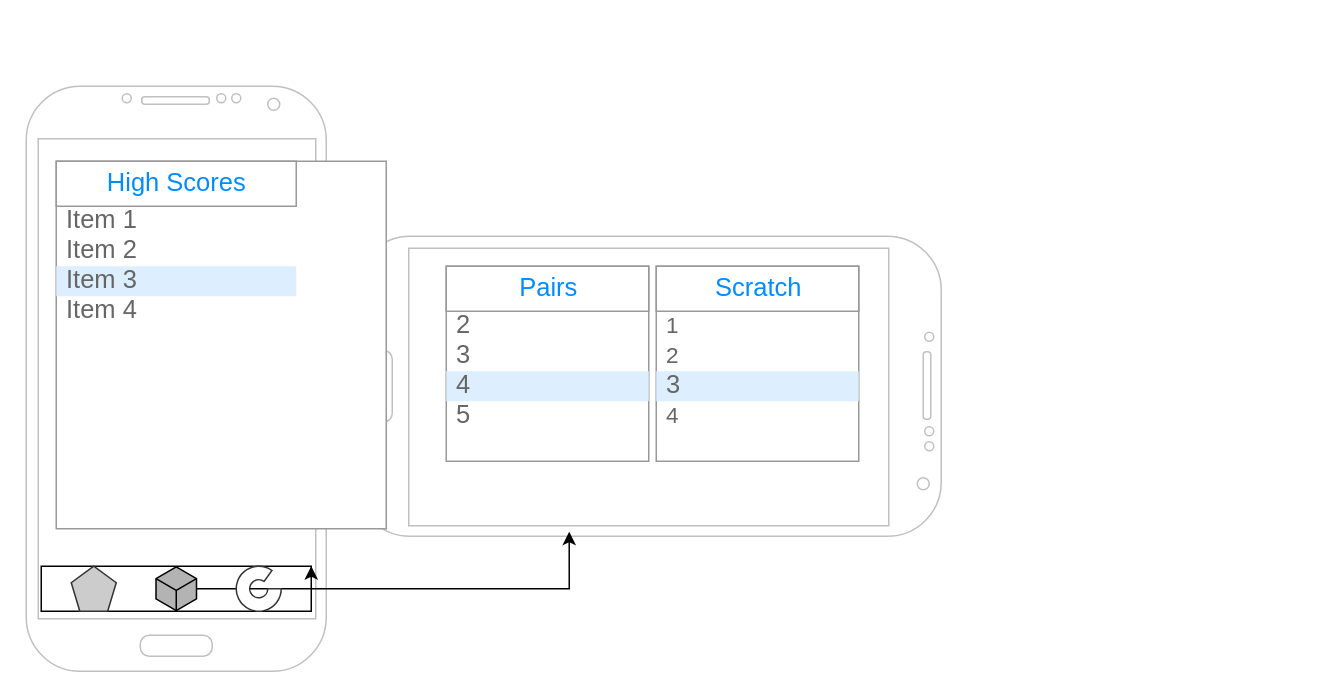
The draw.io diagram docs/wireframe.drawio in Merced-es/dice-solitaire, before the edit. Source tidied: cells renumbered, new cells numbered last; positions are measured from the earlier drawing's top-left corner, leaving out a move shared by most shapes. Both pictures are drawn from the tidied source at 150%, with x=0, y=0 at pixel (26, 86).
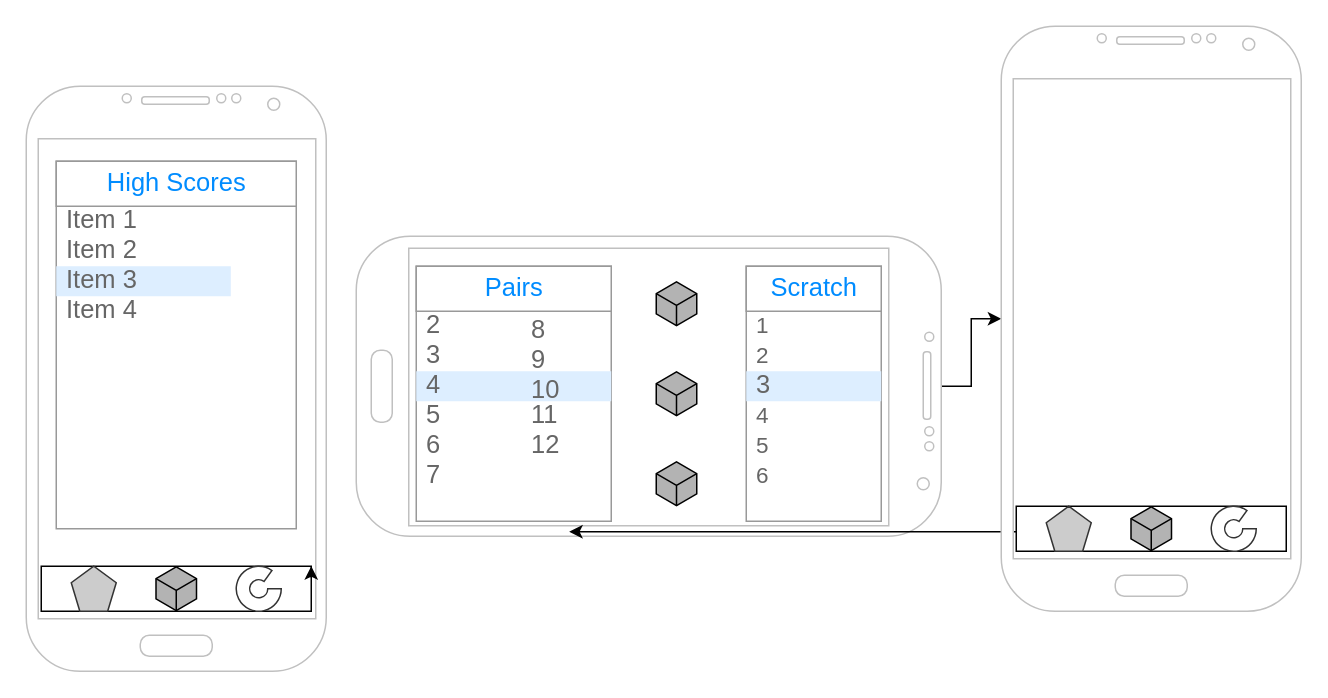
The same page after the edit.

Commit message (it also covers changes not shown here):
Added 3rd screen on wireframe.

The change refers to these unchanged cells:
```xml
<mxCell id="3" style="verticalLabelPosition=bottom;verticalAlign=top;html=1;shadow=0;dashed=0;strokeWidth=1;shape=mxgraph.android.phone2;strokeColor=#c0c0c0;direction=south;" parent="1" vertex="1">
  <mxGeometry x="220" y="100" width="390" height="200" as="geometry" />
</mxCell>
```

What changed in the source:
```diff
@@
+    <mxCell id="28" style="edgeStyle=orthogonalEdgeStyle;rounded=0;jettySize=auto;html=1;" parent="1" edge="1" source="3" target="41">
+      <mxGeometry relative="1" as="geometry" />
+    </mxCell>
@@
     <mxCell id="6" style="html=1;whiteSpace=wrap;shape=isoCube;backgroundOutline=1;fillColor=#B3B3B3;" parent="1" vertex="1">
-      <mxGeometry x="86.5" y="320" width="27" height="30" as="geometry" />
+      <mxGeometry x="736.5" y="280" width="27" height="30" as="geometry" />
     </mxCell>
@@
     <mxCell id="10" style="strokeWidth=1;shadow=0;dashed=0;align=center;html=1;shape=mxgraph.mockup.forms.rrect;rSize=0;strokeColor=#999999;fillColor=#ffffff;" parent="1" vertex="1">
-      <mxGeometry x="280" y="120" width="135" height="130" as="geometry" />
+      <mxGeometry x="260" y="120" width="130" height="170" as="geometry" />
     </mxCell>
     <mxCell id="11" value="Pairs" style="strokeWidth=1;shadow=0;dashed=0;align=center;html=1;shape=mxgraph.mockup.forms.rrect;rSize=0;strokeColor=#999999;fontColor=#008cff;fontSize=17;fillColor=#ffffff;" parent="10" vertex="1">
-      <mxGeometry width="135" height="30" relative="1" as="geometry" />
+      <mxGeometry width="130" height="30" relative="1" as="geometry" />
     </mxCell>
     <mxCell id="12" value="2" style="strokeWidth=1;shadow=0;dashed=0;align=center;html=1;shape=mxgraph.mockup.forms.anchor;fontSize=17;fontColor=#666666;align=left;spacingLeft=5;" parent="10" vertex="1">
-      <mxGeometry width="135" height="20" relative="1" as="geometry">
+      <mxGeometry width="60" height="20" relative="1" as="geometry">
         <mxPoint y="30" as="offset" />
       </mxGeometry>
     </mxCell>
     <mxCell id="13" value="3" style="strokeWidth=1;shadow=0;dashed=0;align=center;html=1;shape=mxgraph.mockup.forms.anchor;fontSize=17;fontColor=#666666;align=left;spacingLeft=5;" parent="10" vertex="1">
-      <mxGeometry width="135" height="20" relative="1" as="geometry">
+      <mxGeometry width="130" height="20" relative="1" as="geometry">
         <mxPoint y="50" as="offset" />
       </mxGeometry>
     </mxCell>
     <mxCell id="14" value="4" style="strokeWidth=1;shadow=0;dashed=0;align=center;html=1;shape=mxgraph.mockup.forms.rrect;rSize=0;fontSize=17;fontColor=#666666;align=left;spacingLeft=5;fillColor=#ddeeff;strokeColor=none;" parent="10" vertex="1">
-      <mxGeometry width="135" height="20" relative="1" as="geometry">
+      <mxGeometry width="130" height="20" relative="1" as="geometry">
         <mxPoint y="70" as="offset" />
       </mxGeometry>
     </mxCell>
     <mxCell id="15" value="5" style="strokeWidth=1;shadow=0;dashed=0;align=center;html=1;shape=mxgraph.mockup.forms.anchor;fontSize=17;fontColor=#666666;align=left;spacingLeft=5;" parent="10" vertex="1">
-      <mxGeometry width="135" height="20" relative="1" as="geometry">
+      <mxGeometry width="130" height="20" relative="1" as="geometry">
         <mxPoint y="90" as="offset" />
       </mxGeometry>
     </mxCell>
+    <mxCell id="29" value="6" style="strokeWidth=1;shadow=0;dashed=0;align=center;html=1;shape=mxgraph.mockup.forms.anchor;fontSize=17;fontColor=#666666;align=left;spacingLeft=5;" parent="10" vertex="1">
+      <mxGeometry width="130" height="30" relative="1" as="geometry">
+        <mxPoint y="105" as="offset" />
+      </mxGeometry>
+    </mxCell>
+    <mxCell id="30" value="7" style="strokeWidth=1;shadow=0;dashed=0;align=center;html=1;shape=mxgraph.mockup.forms.anchor;fontSize=17;fontColor=#666666;align=left;spacingLeft=5;" parent="10" vertex="1">
+      <mxGeometry width="130" height="30" relative="1" as="geometry">
+        <mxPoint y="125" as="offset" />
+      </mxGeometry>
+    </mxCell>
+    <mxCell id="31" value="8" style="strokeWidth=1;shadow=0;dashed=0;align=center;html=1;shape=mxgraph.mockup.forms.anchor;fontSize=17;fontColor=#666666;align=left;spacingLeft=5;" parent="10" vertex="1">
+      <mxGeometry width="60" height="20" relative="1" as="geometry">
+        <mxPoint x="70" y="32.5" as="offset" />
+      </mxGeometry>
+    </mxCell>
+    <mxCell id="32" value="9" style="strokeWidth=1;shadow=0;dashed=0;align=center;html=1;shape=mxgraph.mockup.forms.anchor;fontSize=17;fontColor=#666666;align=left;spacingLeft=5;" parent="10" vertex="1">
+      <mxGeometry width="60" height="20" relative="1" as="geometry">
+        <mxPoint x="70" y="52.5" as="offset" />
+      </mxGeometry>
+    </mxCell>
+    <mxCell id="33" value="10" style="strokeWidth=1;shadow=0;dashed=0;align=center;html=1;shape=mxgraph.mockup.forms.anchor;fontSize=17;fontColor=#666666;align=left;spacingLeft=5;" parent="10" vertex="1">
+      <mxGeometry width="60" height="20" relative="1" as="geometry">
+        <mxPoint x="70" y="72.5" as="offset" />
+      </mxGeometry>
+    </mxCell>
+    <mxCell id="34" value="11" style="strokeWidth=1;shadow=0;dashed=0;align=center;html=1;shape=mxgraph.mockup.forms.anchor;fontSize=17;fontColor=#666666;align=left;spacingLeft=5;" parent="10" vertex="1">
+      <mxGeometry width="60" height="20" relative="1" as="geometry">
+        <mxPoint x="70" y="90" as="offset" />
+      </mxGeometry>
+    </mxCell>
+    <mxCell id="35" value="12" style="strokeWidth=1;shadow=0;dashed=0;align=center;html=1;shape=mxgraph.mockup.forms.anchor;fontSize=17;fontColor=#666666;align=left;spacingLeft=5;" parent="10" vertex="1">
+      <mxGeometry width="60" height="20" relative="1" as="geometry">
+        <mxPoint x="70" y="110" as="offset" />
+      </mxGeometry>
+    </mxCell>
     <mxCell id="16" style="strokeWidth=1;shadow=0;dashed=0;align=center;html=1;shape=mxgraph.mockup.forms.rrect;rSize=0;strokeColor=#999999;fillColor=#ffffff;" parent="1" vertex="1">
-      <mxGeometry x="20" y="50" width="220" height="245" as="geometry" />
+      <mxGeometry x="20" y="50" width="160" height="245" as="geometry" />
     </mxCell>
@@
     <mxCell id="18" value="Item 1" style="strokeWidth=1;shadow=0;dashed=0;align=center;html=1;shape=mxgraph.mockup.forms.anchor;fontSize=17;fontColor=#666666;align=left;spacingLeft=5;" parent="16" vertex="1">
-      <mxGeometry width="160" height="20" relative="1" as="geometry">
+      <mxGeometry width="116.36" height="20" relative="1" as="geometry">
         <mxPoint y="30" as="offset" />
       </mxGeometry>
     </mxCell>
     <mxCell id="19" value="Item 2" style="strokeWidth=1;shadow=0;dashed=0;align=center;html=1;shape=mxgraph.mockup.forms.anchor;fontSize=17;fontColor=#666666;align=left;spacingLeft=5;" parent="16" vertex="1">
-      <mxGeometry width="160" height="20" relative="1" as="geometry">
+      <mxGeometry width="116.36" height="20" relative="1" as="geometry">
         <mxPoint y="50" as="offset" />
       </mxGeometry>
     </mxCell>
     <mxCell id="20" value="Item 3" style="strokeWidth=1;shadow=0;dashed=0;align=center;html=1;shape=mxgraph.mockup.forms.rrect;rSize=0;fontSize=17;fontColor=#666666;align=left;spacingLeft=5;fillColor=#ddeeff;strokeColor=none;" parent="16" vertex="1">
-      <mxGeometry width="160" height="20" relative="1" as="geometry">
+      <mxGeometry width="116.36" height="20" relative="1" as="geometry">
         <mxPoint y="70" as="offset" />
       </mxGeometry>
     </mxCell>
     <mxCell id="21" value="Item 4" style="strokeWidth=1;shadow=0;dashed=0;align=center;html=1;shape=mxgraph.mockup.forms.anchor;fontSize=17;fontColor=#666666;align=left;spacingLeft=5;" parent="16" vertex="1">
-      <mxGeometry width="160" height="20" relative="1" as="geometry">
+      <mxGeometry width="116.36" height="20" relative="1" as="geometry">
         <mxPoint y="90" as="offset" />
       </mxGeometry>
     </mxCell>
     <mxCell id="22" style="strokeWidth=1;shadow=0;dashed=0;align=center;html=1;shape=mxgraph.mockup.forms.rrect;rSize=0;strokeColor=#999999;fillColor=#ffffff;" parent="1" vertex="1">
-      <mxGeometry x="420" y="120" width="135" height="130" as="geometry" />
+      <mxGeometry x="480" y="120" width="90" height="170" as="geometry" />
     </mxCell>
     <mxCell id="23" value="Scratch" style="strokeWidth=1;shadow=0;dashed=0;align=center;html=1;shape=mxgraph.mockup.forms.rrect;rSize=0;strokeColor=#999999;fontColor=#008cff;fontSize=17;fillColor=#ffffff;" parent="22" vertex="1">
-      <mxGeometry width="135" height="30" relative="1" as="geometry" />
+      <mxGeometry width="90" height="30" relative="1" as="geometry" />
     </mxCell>
     <mxCell id="24" value="&lt;font style=&quot;font-size: 15px&quot;&gt;1&lt;/font&gt;" style="strokeWidth=1;shadow=0;dashed=0;align=center;html=1;shape=mxgraph.mockup.forms.anchor;fontSize=17;fontColor=#666666;align=left;spacingLeft=5;" parent="22" vertex="1">
-      <mxGeometry width="135" height="20" relative="1" as="geometry">
+      <mxGeometry width="90" height="20" relative="1" as="geometry">
         <mxPoint y="30" as="offset" />
       </mxGeometry>
     </mxCell>
     <mxCell id="25" value="&lt;font style=&quot;font-size: 15px&quot;&gt;2&lt;/font&gt;" style="strokeWidth=1;shadow=0;dashed=0;align=center;html=1;shape=mxgraph.mockup.forms.anchor;fontSize=17;fontColor=#666666;align=left;spacingLeft=5;" parent="22" vertex="1">
-      <mxGeometry width="135" height="20" relative="1" as="geometry">
+      <mxGeometry width="90" height="20" relative="1" as="geometry">
         <mxPoint y="50" as="offset" />
       </mxGeometry>
     </mxCell>
     <mxCell id="26" value="3" style="strokeWidth=1;shadow=0;dashed=0;align=center;html=1;shape=mxgraph.mockup.forms.rrect;rSize=0;fontSize=17;fontColor=#666666;align=left;spacingLeft=5;fillColor=#ddeeff;strokeColor=none;" parent="22" vertex="1">
-      <mxGeometry width="135" height="20" relative="1" as="geometry">
+      <mxGeometry width="90" height="20" relative="1" as="geometry">
         <mxPoint y="70" as="offset" />
       </mxGeometry>
     </mxCell>
     <mxCell id="27" value="&lt;font style=&quot;font-size: 15px&quot;&gt;4&lt;/font&gt;" style="strokeWidth=1;shadow=0;dashed=0;align=center;html=1;shape=mxgraph.mockup.forms.anchor;fontSize=17;fontColor=#666666;align=left;spacingLeft=5;" parent="22" vertex="1">
-      <mxGeometry width="135" height="20" relative="1" as="geometry">
+      <mxGeometry width="90" height="20" relative="1" as="geometry">
         <mxPoint y="90" as="offset" />
       </mxGeometry>
     </mxCell>
+    <mxCell id="36" value="&lt;font style=&quot;font-size: 15px&quot;&gt;5&lt;/font&gt;" style="strokeWidth=1;shadow=0;dashed=0;align=center;html=1;shape=mxgraph.mockup.forms.anchor;fontSize=17;fontColor=#666666;align=left;spacingLeft=5;" parent="22" vertex="1">
+      <mxGeometry width="90" height="20" relative="1" as="geometry">
+        <mxPoint y="110" as="offset" />
+      </mxGeometry>
+    </mxCell>
+    <mxCell id="37" value="&lt;font style=&quot;font-size: 15px&quot;&gt;6&lt;/font&gt;" style="strokeWidth=1;shadow=0;dashed=0;align=center;html=1;shape=mxgraph.mockup.forms.anchor;fontSize=17;fontColor=#666666;align=left;spacingLeft=5;" parent="22" vertex="1">
+      <mxGeometry width="90" height="20" relative="1" as="geometry">
+        <mxPoint y="130" as="offset" />
+      </mxGeometry>
+    </mxCell>
+    <mxCell id="38" style="html=1;whiteSpace=wrap;shape=isoCube;backgroundOutline=1;fillColor=#B3B3B3;" parent="1" vertex="1">
+      <mxGeometry x="420" y="130" width="27" height="30" as="geometry" />
+    </mxCell>
+    <mxCell id="39" style="html=1;whiteSpace=wrap;shape=isoCube;backgroundOutline=1;fillColor=#B3B3B3;" parent="1" vertex="1">
+      <mxGeometry x="420" y="190" width="27" height="30" as="geometry" />
+    </mxCell>
+    <mxCell id="40" style="html=1;whiteSpace=wrap;shape=isoCube;backgroundOutline=1;fillColor=#B3B3B3;" parent="1" vertex="1">
+      <mxGeometry x="420" y="250" width="27" height="30" as="geometry" />
+    </mxCell>
+    <mxCell id="41" style="verticalLabelPosition=bottom;verticalAlign=top;html=1;shadow=0;dashed=0;strokeWidth=1;shape=mxgraph.android.phone2;strokeColor=#c0c0c0;fillColor=#FFFFFF;" parent="1" vertex="1">
+      <mxGeometry x="650" y="-40" width="200" height="390" as="geometry" />
+    </mxCell>
+    <mxCell id="42" style="verticalLabelPosition=bottom;verticalAlign=top;html=1;shape=mxgraph.basic.rect;fillColor2=none;strokeWidth=1;size=20;indent=5;fillColor=#FFFFFF;" parent="1" vertex="1">
+      <mxGeometry x="660" y="280" width="180" height="30" as="geometry" />
+    </mxCell>
+    <mxCell id="43" style="whiteSpace=wrap;html=1;shape=mxgraph.basic.pentagon;fillColor=#CCCCCC;strokeColor=#333333;" parent="1" vertex="1">
+      <mxGeometry x="680" y="280" width="30" height="30" as="geometry" />
+    </mxCell>
+    <mxCell id="44" style="html=1;whiteSpace=wrap;shape=isoCube;backgroundOutline=1;fillColor=#B3B3B3;" parent="1" vertex="1">
+      <mxGeometry x="86.5" y="320" width="27" height="30" as="geometry" />
+    </mxCell>
+    <mxCell id="45" style="html=1;whiteSpace=wrap;shape=isoCube;backgroundOutline=1;fillColor=#B3B3B3;" parent="1" vertex="1">
+      <mxGeometry x="736.5" y="280" width="27" height="30" as="geometry" />
+    </mxCell>
+    <mxCell id="46" style="verticalLabelPosition=bottom;verticalAlign=top;html=1;shape=mxgraph.basic.partConcEllipse;startAngle=0.25;endAngle=0.1;arcWidth=0.6;strokeColor=#333333;" parent="1" vertex="1">
+      <mxGeometry x="790" y="280" width="30" height="30" as="geometry" />
+    </mxCell>
```
